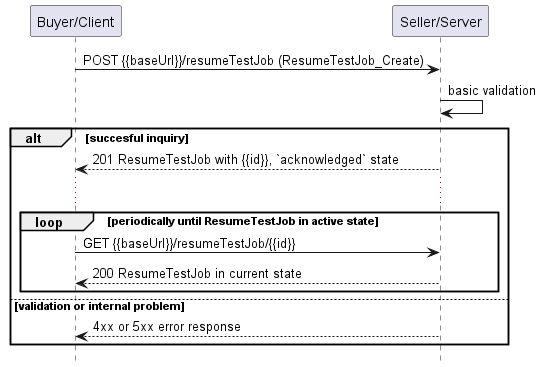
Earlier version of the PlantUML export documentation/serviceApi/sft/serviceTest/media/useCase19Polling.png (MEF-GIT/MEF-LSO-Legato-SDK).
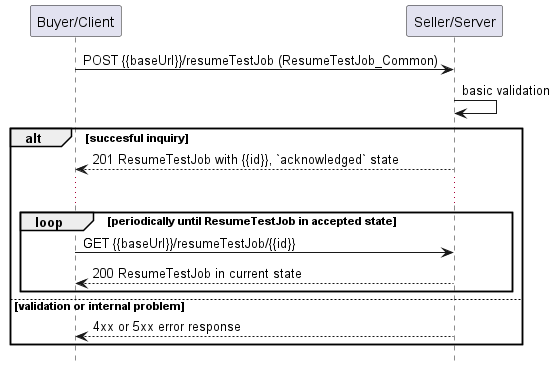
After the change.

Change to the diagram source:
```diff
@@ -5,7 +5,7 @@
 participant "Seller/Server" as S
 
 
-B -> S : POST {{baseUrl}}/resumeTestJob (ResumeTestJob_Create)
+B -> S : POST {{baseUrl}}/resumeTestJob (ResumeTestJob_Common)
 S -> S : basic validation
 
 alt succesful inquiry
@@ -13,7 +13,7 @@
 
   ...
 
-  loop periodically until ResumeTestJob in active state
+  loop periodically until ResumeTestJob in accepted state
       B -> S :   GET {{baseUrl}}/resumeTestJob/{{id}}
       return 200 ResumeTestJob in current state
   end
```
